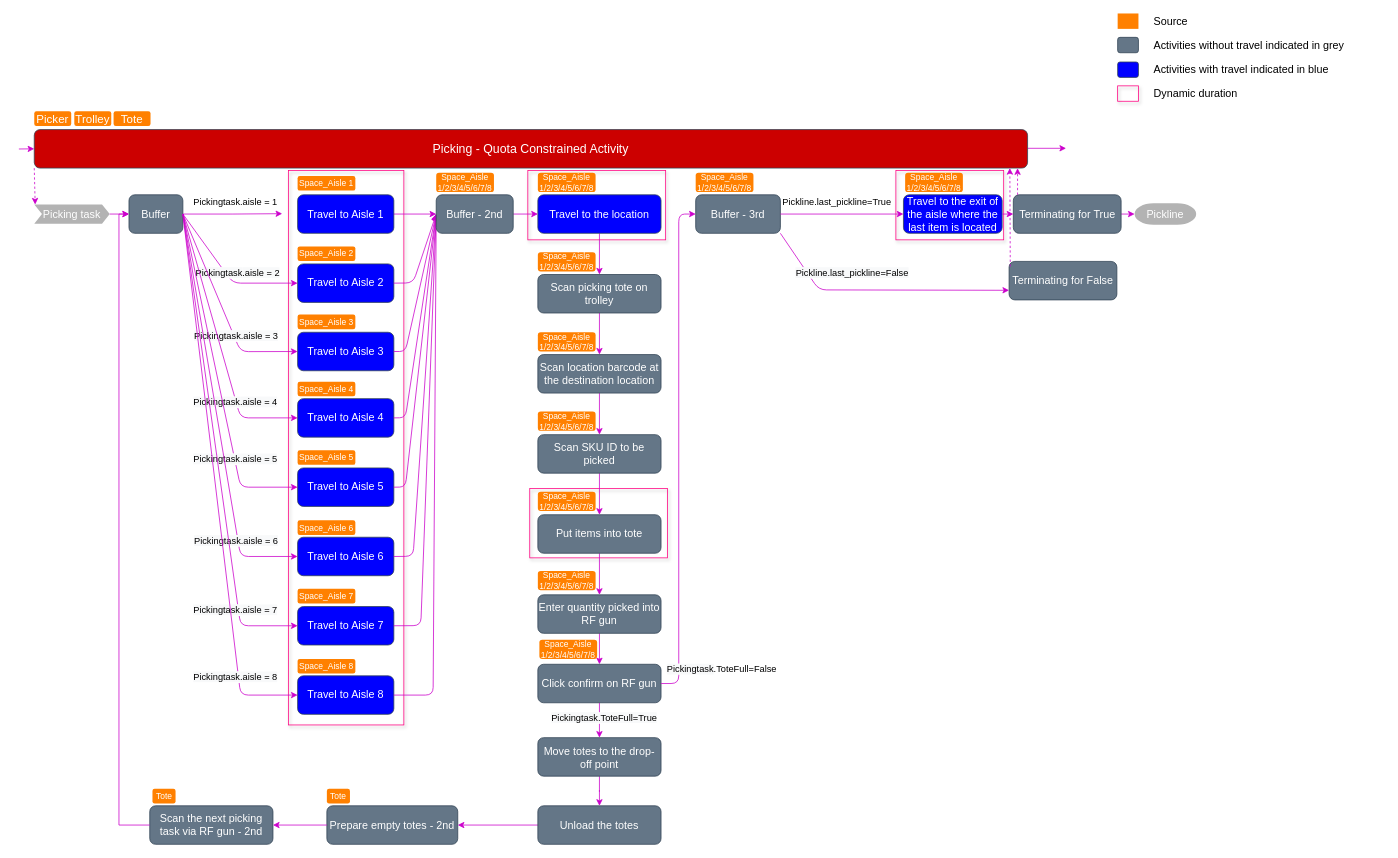
xfl11/xfliu keeps this draw.io diagram as picking.drawio. Above is the earlier version. Source tidied: cells renumbered, new cells numbered last; positions are measured from the earlier drawing's top-left corner, leaving out a move shared by most shapes. Both pictures are drawn from the tidied source at 77%, with x=0, y=0 at pixel (18, 13).
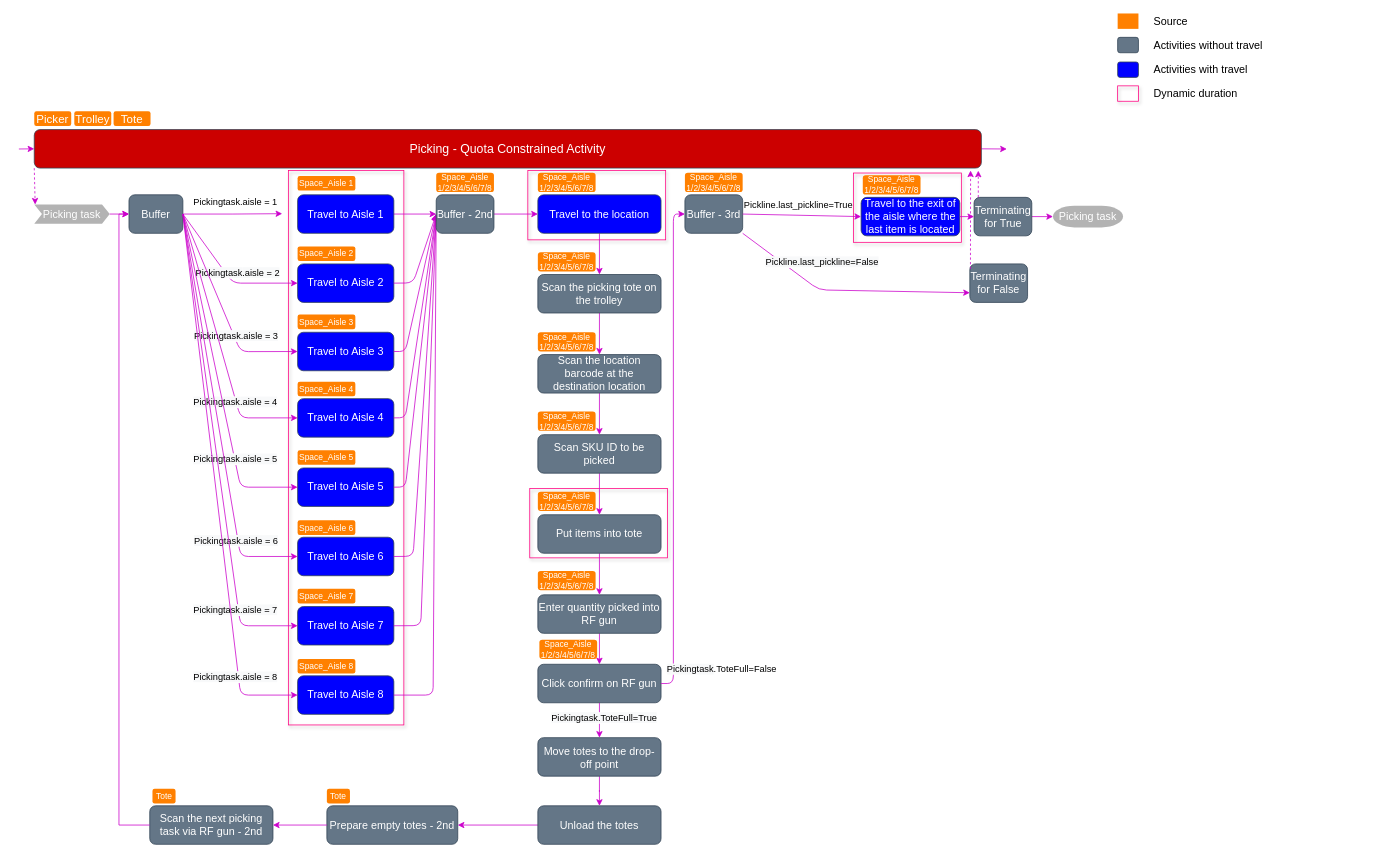
After the change.

Unchanged cells that the change refers to:
```xml
<mxCell id="107" style="group;" parent="1" vertex="1">
  <mxGeometry x="1427" width="346" height="114" as="geometry" />
</mxCell>
```

Change to the diagram source:
```diff
@@
     <mxCell id="2" style="rounded=0;whiteSpace=wrap;html=1;fillColor=none;strokeColor=#FF0080;shadow=1;" parent="1" vertex="1">
-      <mxGeometry x="1139" y="204" width="140" height="90" as="geometry" />
+      <mxGeometry x="1084" y="207.2" width="140" height="90" as="geometry" />
     </mxCell>
@@
-    <mxCell id="9" style="edgeStyle=none;rounded=1;orthogonalLoop=1;jettySize=auto;html=1;exitX=1;exitY=0.5;exitDx=0;exitDy=0;strokeColor=#CC00CC;jumpSize=6;startSize=6;" parent="1" edge="1">
+    <mxCell id="9" style="edgeStyle=none;rounded=1;jettySize=auto;html=1;exitX=1;exitY=0.5;exitDx=0;exitDy=0;strokeColor=#CC00CC;jumpSize=6;startSize=6;" parent="1" edge="1" source="10">
       <mxGeometry relative="1" as="geometry">
-        <mxPoint x="1310" y="175.1" as="sourcePoint" />
-        <mxPoint x="1360" y="175.1" as="targetPoint" />
+        <mxPoint x="1283" y="176" as="targetPoint" />
       </mxGeometry>
     </mxCell>
     <mxCell id="10" value="Picking - Quota Constrained Activity" style="whiteSpace=wrap;html=1;rounded=1;fontColor=#ffffff;strokeColor=#314354;fillColor=#CC0000;fontSize=16;" parent="1" vertex="1">
-      <mxGeometry x="20" y="150.8" width="1290" height="50" as="geometry" />
+      <mxGeometry x="20" y="150.8" width="1230" height="50" as="geometry" />
     </mxCell>
@@
     <mxCell id="20" value="Terminating for True" style="whiteSpace=wrap;html=1;rounded=1;shadow=0;dashed=0;fontColor=#ffffff;strokeColor=#314354;fillColor=#647687;fontSize=14;" parent="1" vertex="1">
-      <mxGeometry x="1291.5" y="235.5" width="140" height="50" as="geometry" />
+      <mxGeometry x="1240.5" y="238.8" width="75" height="50" as="geometry" />
     </mxCell>
     <mxCell id="21" style="edgeStyle=elbowEdgeStyle;rounded=0;orthogonalLoop=1;jettySize=auto;html=1;strokeColor=#CC00CC;fontColor=#ffffff;dashed=1;" parent="1" edge="1">
       <mxGeometry relative="1" as="geometry">
-        <mxPoint x="1297" y="235.5" as="sourcePoint" />
-        <mxPoint x="1297" y="201" as="targetPoint" />
+        <mxPoint x="1246" y="238.8" as="sourcePoint" />
+        <mxPoint x="1246" y="204.2" as="targetPoint" />
       </mxGeometry>
     </mxCell>
-    <mxCell id="22" value="Pickline" style="strokeWidth=2;html=1;shape=mxgraph.flowchart.terminator;whiteSpace=wrap;fillColor=#B3B3B3;fontColor=#FFFFFF;strokeColor=none;fontSize=14;" parent="1" vertex="1">
-      <mxGeometry x="1449" y="246.5" width="80" height="28" as="geometry" />
+    <mxCell id="22" value="Picking task" style="strokeWidth=2;html=1;shape=mxgraph.flowchart.terminator;whiteSpace=wrap;fillColor=#B3B3B3;fontColor=#FFFFFF;strokeColor=none;fontSize=14;" parent="1" vertex="1">
+      <mxGeometry x="1343" y="249.8" width="91" height="28" as="geometry" />
     </mxCell>
@@
     <mxCell id="65" value="Buffer - 2nd" style="whiteSpace=wrap;html=1;rounded=1;shadow=0;dashed=0;fontColor=#ffffff;strokeColor=#314354;fillColor=#647687;fontSize=14;" parent="1" vertex="1">
-      <mxGeometry x="542" y="235.5" width="100" height="50" as="geometry" />
+      <mxGeometry x="542" y="235.5" width="75" height="50" as="geometry" />
     </mxCell>
@@
-    <mxCell id="67" value="Scan location barcode at the destination location" style="whiteSpace=wrap;html=1;rounded=1;shadow=0;dashed=0;fontColor=#ffffff;strokeColor=#314354;fillColor=#647687;fontSize=14;" parent="1" vertex="1">
+    <mxCell id="67" value="Scan the location barcode at the destination location" style="whiteSpace=wrap;html=1;rounded=1;shadow=0;dashed=0;fontColor=#ffffff;strokeColor=#314354;fillColor=#647687;fontSize=14;" parent="1" vertex="1">
       <mxGeometry x="674" y="443" width="160" height="50" as="geometry" />
     </mxCell>
@@
     <mxCell id="76" value="Travel to the exit of the aisle where the last item is located" style="whiteSpace=wrap;html=1;rounded=1;shadow=0;dashed=0;fontColor=#ffffff;strokeColor=#314354;fillColor=#0000FF;fontSize=14;" parent="1" vertex="1">
-      <mxGeometry x="1148.8" y="235.5" width="128.2" height="50" as="geometry" />
+      <mxGeometry x="1093.8" y="238.8" width="128.2" height="50" as="geometry" />
     </mxCell>
@@
     <mxCell id="85" value="Buffer - 3rd" style="whiteSpace=wrap;html=1;rounded=1;shadow=0;dashed=0;fontColor=#ffffff;strokeColor=#314354;fillColor=#647687;fontSize=14;" parent="1" vertex="1">
-      <mxGeometry x="879" y="235.5" width="110" height="50" as="geometry" />
+      <mxGeometry x="865" y="235.5" width="75" height="50" as="geometry" />
     </mxCell>
@@
     <mxCell id="87" value="Pickline.last_pickline=True" style="text;whiteSpace=wrap;html=1;" parent="1" vertex="1">
-      <mxGeometry x="990" y="230.5" width="160" height="28" as="geometry" />
+      <mxGeometry x="940" y="235.2" width="160" height="28" as="geometry" />
     </mxCell>
@@
     <mxCell id="90" value="Terminating for False" style="whiteSpace=wrap;html=1;rounded=1;shadow=0;dashed=0;fontColor=#ffffff;strokeColor=#314354;fillColor=#647687;fontSize=14;" parent="1" vertex="1">
-      <mxGeometry x="1286" y="322" width="140" height="50" as="geometry" />
+      <mxGeometry x="1235" y="325.2" width="75" height="50" as="geometry" />
     </mxCell>
     <mxCell id="91" style="edgeStyle=elbowEdgeStyle;rounded=0;jettySize=auto;html=1;strokeColor=#CC00CC;fontColor=#ffffff;dashed=1;exitX=0.011;exitY=0.132;exitDx=0;exitDy=0;exitPerimeter=0;" parent="1" edge="1" source="90">
       <mxGeometry relative="1" as="geometry">
-        <mxPoint x="1287" y="200.8" as="targetPoint" />
+        <mxPoint x="1236" y="204" as="targetPoint" />
       </mxGeometry>
     </mxCell>
@@
-    <mxCell id="93" value="Scan picking tote on trolley" style="whiteSpace=wrap;html=1;rounded=1;shadow=0;dashed=0;fontColor=#ffffff;strokeColor=#314354;fillColor=#647687;fontSize=14;" parent="1" vertex="1">
+    <mxCell id="93" value="Scan the picking tote on the trolley" style="whiteSpace=wrap;html=1;rounded=1;shadow=0;dashed=0;fontColor=#ffffff;strokeColor=#314354;fillColor=#647687;fontSize=14;" parent="1" vertex="1">
       <mxGeometry x="674" y="339" width="160" height="50" as="geometry" />
     </mxCell>
@@
     <mxCell id="105" value="Space_Aisle 1/2/3/4/5/6/7/8" style="rounded=1;whiteSpace=wrap;html=1;labelBackgroundColor=none;fontSize=11;fillColor=#FF8000;fontColor=#FFFFFF;strokeColor=none;verticalAlign=middle;spacing=0;" parent="1" vertex="1">
-      <mxGeometry x="879" y="207" width="75" height="25" as="geometry" />
+      <mxGeometry x="865" y="207" width="75" height="25" as="geometry" />
     </mxCell>
     <mxCell id="106" value="Space_Aisle 1/2/3/4/5/6/7/8" style="rounded=1;whiteSpace=wrap;html=1;labelBackgroundColor=none;fontSize=11;fillColor=#FF8000;fontColor=#FFFFFF;strokeColor=none;verticalAlign=middle;spacing=0;" parent="1" vertex="1">
-      <mxGeometry x="1151" y="207" width="75" height="25" as="geometry" />
+      <mxGeometry x="1096" y="210.2" width="75" height="25" as="geometry" />
     </mxCell>
@@
-    <mxCell id="112" value="&lt;span style=&quot;font-size: 14px;&quot;&gt;Activities with travel indicated in blue&lt;/span&gt;" style="text;html=1;strokeColor=none;fillColor=none;align=left;verticalAlign=middle;whiteSpace=wrap;rounded=0;dashed=1;fontSize=14;" parent="107" vertex="1">
+    <mxCell id="112" value="&lt;span style=&quot;font-size: 14px;&quot;&gt;Activities with travel&lt;/span&gt;" style="text;html=1;strokeColor=none;fillColor=none;align=left;verticalAlign=middle;whiteSpace=wrap;rounded=0;dashed=1;fontSize=14;" parent="107" vertex="1">
       <mxGeometry x="44.6" y="63" width="283.8" height="20" as="geometry" />
     </mxCell>
-    <mxCell id="113" value="&lt;span style=&quot;font-size: 14px;&quot;&gt;Activities without travel indicated in grey&lt;/span&gt;" style="text;html=1;strokeColor=none;fillColor=none;align=left;verticalAlign=middle;whiteSpace=wrap;rounded=0;dashed=1;fontSize=14;" parent="107" vertex="1">
+    <mxCell id="113" value="&lt;span style=&quot;font-size: 14px;&quot;&gt;Activities without travel&lt;/span&gt;" style="text;html=1;strokeColor=none;fillColor=none;align=left;verticalAlign=middle;whiteSpace=wrap;rounded=0;dashed=1;fontSize=14;" parent="107" vertex="1">
       <mxGeometry x="44.6" y="31" width="301.4" height="20" as="geometry" />
     </mxCell>
```
